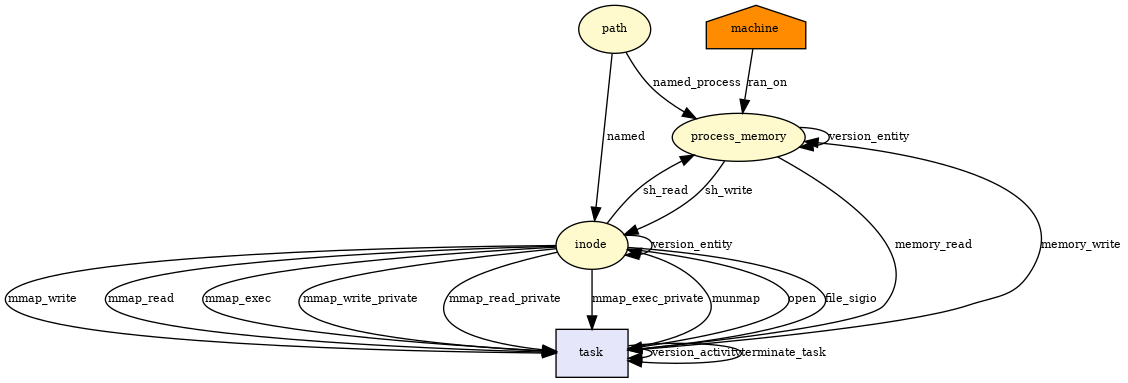
Above: docs/img/__x64_sys_mmap_pgoff.png in CamFlow/camflow-dev (Graphviz), before the change. Its source is kept beside it as docs/dot/__x64_sys_mmap_pgoff.dot.
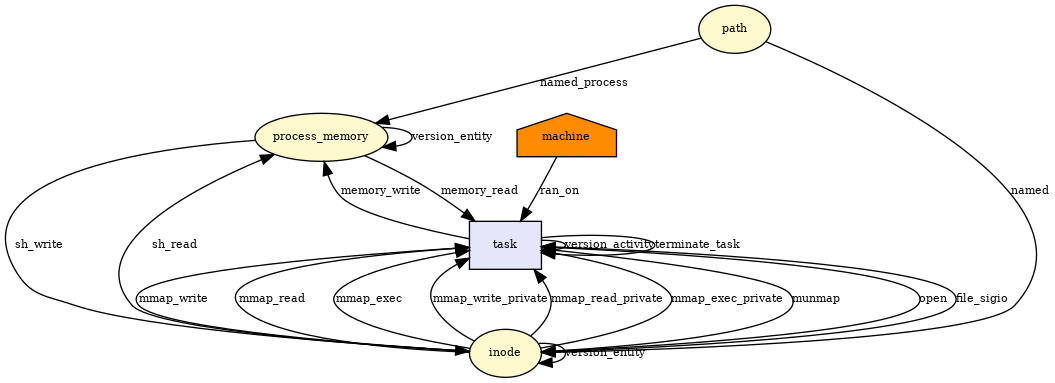
After the commit.

Diff of the diagram source:
```diff
@@ -6,13 +6,13 @@
 
 machine[fontsize = 8,label = machine,shape = house, fillcolor="#ff8c00", style = filled]
 
-machine -> process_memory[fontsize = 8,label = ran_on]
+task[fontsize = 8,label = task,shape = rectangle, fillcolor="#e6e6fa", style = filled]
+
+machine -> task[fontsize = 8,label = ran_on]
 
 inode[fontsize = 8,label = inode,shape = ellipse, fillcolor="#fffacd", style = filled]
 
 path -> inode[fontsize = 8,label = named]
-
-task[fontsize = 8,label = task,shape = rectangle, fillcolor="#e6e6fa", style = filled]
 
 inode -> task[fontsize = 8,label = open]
 
```
